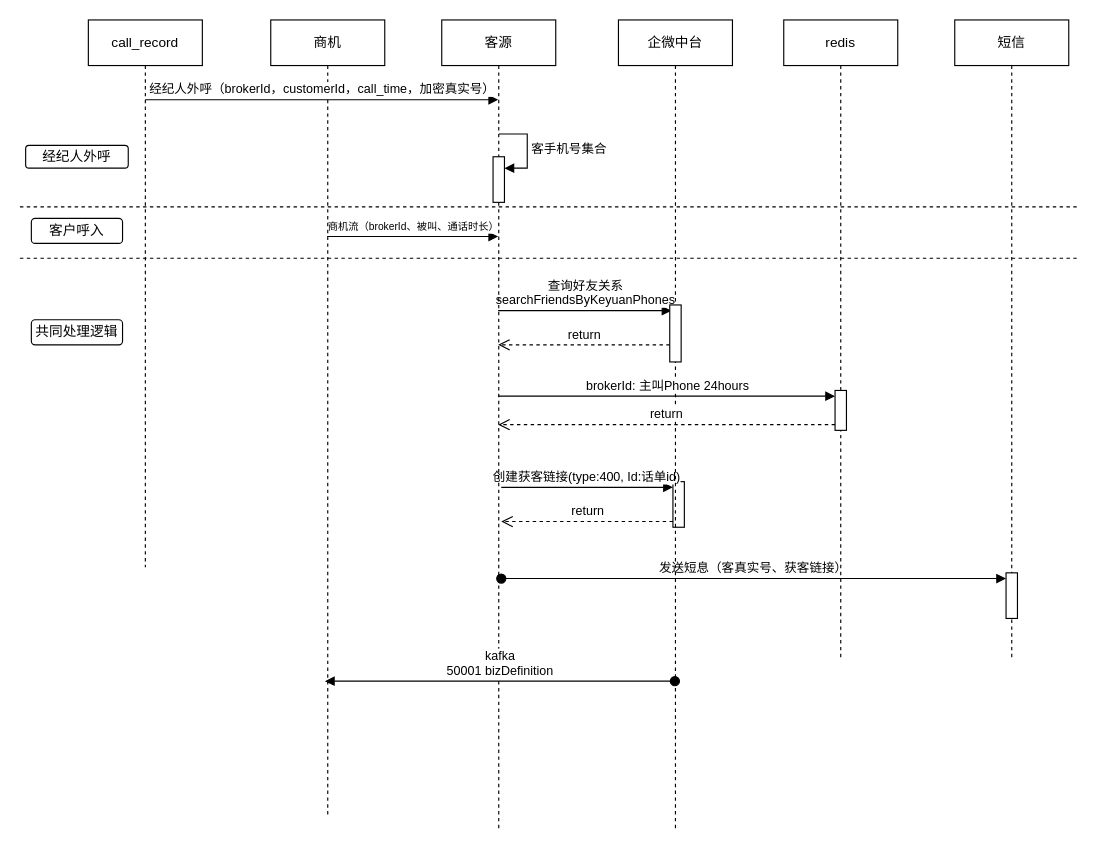
This is 未命名绘图.drawio from SmellyTrotter/draw.io, a draw.io file, before an edit. Source tidied: cells renumbered, new cells numbered last; positions are measured from the earlier drawing's top-left corner, leaving out a move shared by most shapes. Both pictures are drawn from the tidied source at 114%, with x=0, y=0 at pixel (19, 19).
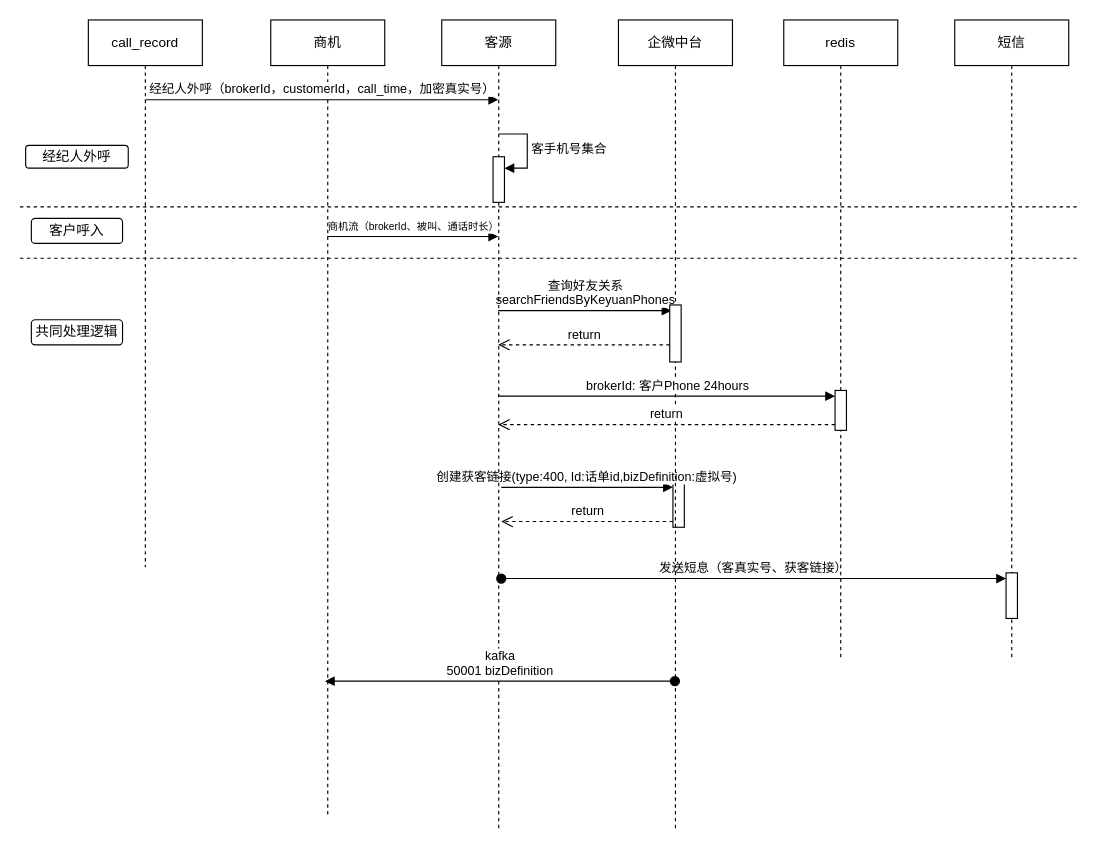
Above is the later version.

Commit message:
更新未命名绘图.drawio

Unchanged cells that the change refers to:
```xml
<mxCell id="6" style="html=1;points=[[0,0,0,0,5],[0,1,0,0,-5],[1,0,0,0,5],[1,1,0,0,-5]];perimeter=orthogonalPerimeter;outlineConnect=0;targetShapes=umlLifeline;portConstraint=eastwest;newEdgeStyle={&quot;curved&quot;:0,&quot;rounded&quot;:0};" parent="1" vertex="1">
  <mxGeometry x="572.8" y="405" width="10" height="40" as="geometry" />
</mxCell>
<mxCell id="19" style="html=1;points=[[0,0,0,0,5],[0,1,0,0,-5],[1,0,0,0,5],[1,1,0,0,-5]];perimeter=orthogonalPerimeter;outlineConnect=0;targetShapes=umlLifeline;portConstraint=eastwest;newEdgeStyle={&quot;curved&quot;:0,&quot;rounded&quot;:0};" parent="18" vertex="1">
  <mxGeometry x="45" y="325" width="10" height="35" as="geometry" />
</mxCell>
```

The edit, as a diff of the source:
```diff
@@
-    <mxCell id="7" value="&lt;div&gt;创建获客链接(type:400, Id:话单id)&lt;/div&gt;" style="html=1;verticalAlign=bottom;endArrow=block;curved=0;rounded=0;entryX=0;entryY=0;entryDx=0;entryDy=5;" parent="1" edge="1" target="6">
+    <mxCell id="7" value="&lt;div&gt;创建获客链接(type:400, Id:话单id,bizDefinition:虚拟号)&lt;/div&gt;" style="html=1;verticalAlign=bottom;endArrow=block;curved=0;rounded=0;entryX=0;entryY=0;entryDx=0;entryDy=5;" parent="1" edge="1" target="6">
       <mxGeometry relative="1" as="geometry">
         <mxPoint x="422.2" y="410" as="sourcePoint" />
       </mxGeometry>
     </mxCell>
@@
-    <mxCell id="21" value="brokerId: 主叫Phone 24hours" style="html=1;verticalAlign=bottom;endArrow=block;curved=0;rounded=0;entryX=0;entryY=0;entryDx=0;entryDy=5;" parent="1" edge="1" target="19">
+    <mxCell id="21" value="brokerId: 客户Phone 24hours" style="html=1;verticalAlign=bottom;endArrow=block;curved=0;rounded=0;entryX=0;entryY=0;entryDx=0;entryDy=5;" parent="1" edge="1" target="19">
       <mxGeometry relative="1" as="geometry">
         <mxPoint x="419.5" y="330" as="sourcePoint" />
       </mxGeometry>
     </mxCell>
```
